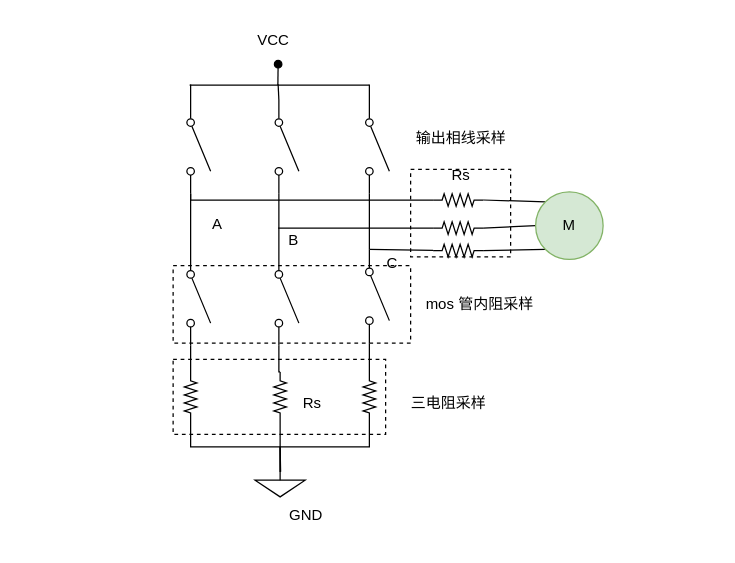
Vinson-001/Blog-flow-chart keeps this draw.io diagram as page "等效电路" (1 of 3) of 电机采样电路分析.drawio. Above is the earlier version. Source tidied: cells renumbered, new cells numbered last; positions are measured from the earlier drawing's top-left corner, leaving out a move shared by most shapes. Both pictures are drawn from the tidied source at 125%, with x=0, y=0 at pixel (172, 21).
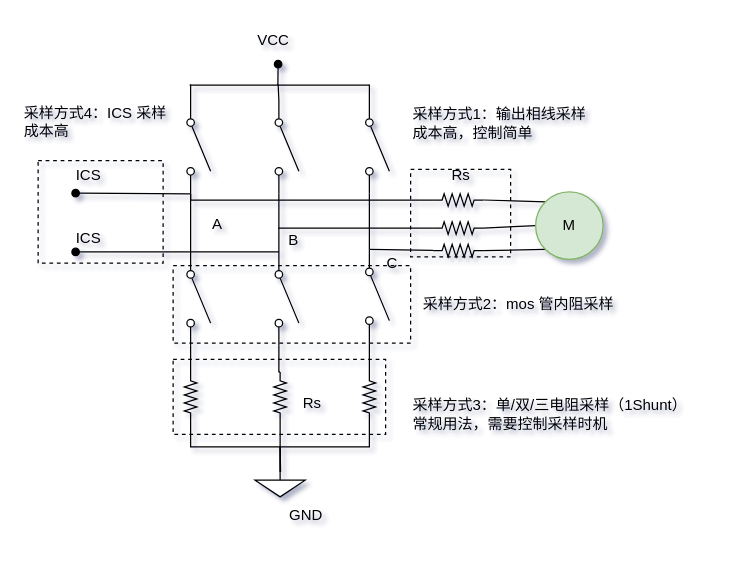
Above is the later version.

Commit message:
更新电机采样电路分析.drawio

Unchanged cells that the change refers to:
```xml
<mxCell id="18" style="html=1;shape=mxgraph.electrical.electro-mechanical.singleSwitch;elSwitchState=off;direction=south;" parent="1" vertex="1">
  <mxGeometry x="10" y="62.5" width="20" height="75" as="geometry" />
</mxCell>
<mxCell id="24" style="html=1;shape=mxgraph.electrical.electro-mechanical.singleSwitch;elSwitchState=off;direction=south;" parent="1" vertex="1">
  <mxGeometry x="80.6" y="184" width="20" height="75" as="geometry" />
</mxCell>
```

Change to the diagram source:
```diff
@@
-<mxGraphModel>
+<mxGraphModel shadow="1">
@@
+    <mxCell id="49" style="rounded=0;jettySize=auto;html=1;exitX=1;exitY=0.8;exitDx=0;exitDy=0;endArrow=oval;endFill=1;" parent="1" edge="1" source="18">
+      <mxGeometry relative="1" as="geometry">
+        <mxPoint x="-78" y="137" as="targetPoint" />
+      </mxGeometry>
+    </mxCell>
@@
+    <mxCell id="50" style="rounded=0;jettySize=auto;html=1;exitX=0;exitY=0.8;exitDx=0;exitDy=0;endArrow=oval;endFill=1;" parent="1" edge="1" source="24">
+      <mxGeometry relative="1" as="geometry">
+        <mxPoint x="-78" y="184" as="targetPoint" />
+      </mxGeometry>
+    </mxCell>
@@
-    <mxCell id="45" value="输出相线采样" style="text;html=1;align=center;verticalAlign=middle;strokeColor=none;fillColor=none;" parent="1" vertex="1">
-      <mxGeometry x="180" y="78" width="100" height="30" as="geometry" />
+    <mxCell id="45" value="采样方式1：输出相线采样&lt;div&gt;成本高，控制简单&lt;/div&gt;" style="text;html=1;align=left;verticalAlign=middle;strokeColor=none;fillColor=none;" parent="1" vertex="1">
+      <mxGeometry x="190" y="60" width="157" height="41" as="geometry" />
     </mxCell>
-    <mxCell id="46" value="三电阻采样" style="text;html=1;align=center;verticalAlign=middle;strokeColor=none;fillColor=none;" parent="1" vertex="1">
-      <mxGeometry x="180" y="290" width="80" height="30" as="geometry" />
+    <mxCell id="46" value="采样方式3：单/双/三电阻采样（1Shunt）&lt;div&gt;常规用法，需要控制采样时机&lt;/div&gt;" style="text;html=1;align=left;verticalAlign=middle;strokeColor=none;fillColor=none;" parent="1" vertex="1">
+      <mxGeometry x="190" y="293" width="237" height="41" as="geometry" />
     </mxCell>
@@
-    <mxCell id="48" value="mos 管内阻采样" style="text;html=1;align=center;verticalAlign=middle;strokeColor=none;fillColor=none;" parent="1" vertex="1">
-      <mxGeometry x="190" y="211" width="110" height="30" as="geometry" />
+    <mxCell id="48" value="采样方式2：mos 管内阻采样" style="text;html=1;align=center;verticalAlign=middle;strokeColor=none;fillColor=none;" parent="1" vertex="1">
+      <mxGeometry x="190" y="213" width="171" height="26" as="geometry" />
     </mxCell>
+    <mxCell id="51" value="ICS" style="text;html=1;align=center;verticalAlign=middle;strokeColor=none;fillColor=none;" parent="1" vertex="1">
+      <mxGeometry x="-88" y="108" width="40" height="30" as="geometry" />
+    </mxCell>
+    <mxCell id="52" value="ICS" style="text;html=1;align=center;verticalAlign=middle;strokeColor=none;fillColor=none;" parent="1" vertex="1">
+      <mxGeometry x="-88" y="158" width="40" height="30" as="geometry" />
+    </mxCell>
+    <mxCell id="53" style="rounded=0;whiteSpace=wrap;html=1;fillColor=none;dashed=1;" parent="1" vertex="1">
+      <mxGeometry x="-108" y="111" width="100" height="82" as="geometry" />
+    </mxCell>
+    <mxCell id="54" value="采样方式4：ICS 采样&lt;div&gt;成本高&lt;/div&gt;" style="text;html=1;align=left;verticalAlign=middle;strokeColor=none;fillColor=none;" parent="1" vertex="1">
+      <mxGeometry x="-121" y="60" width="140" height="40" as="geometry" />
+    </mxCell>
```
